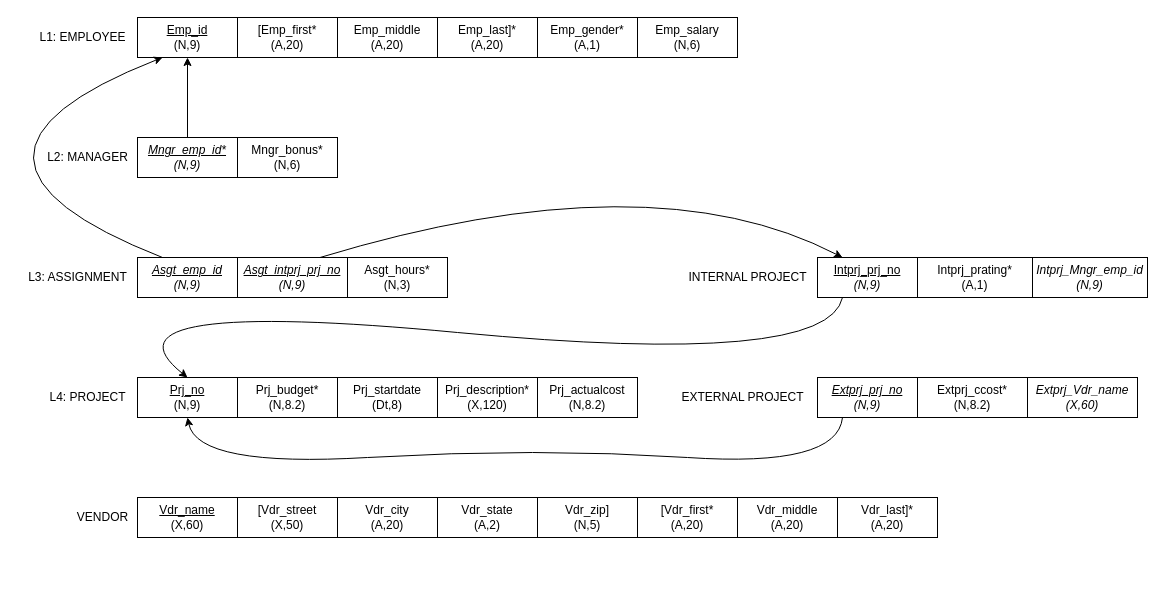
Earlier version of the draw.io diagram da_V3.drawio (LarryChenCode/IS7020_diagrams). Source tidied: cells renumbered, new cells numbered last; positions are measured from the earlier drawing's top-left corner, leaving out a move shared by most shapes. Both pictures are drawn from the tidied source at 100%, with x=0, y=0 at pixel (-93, 17).
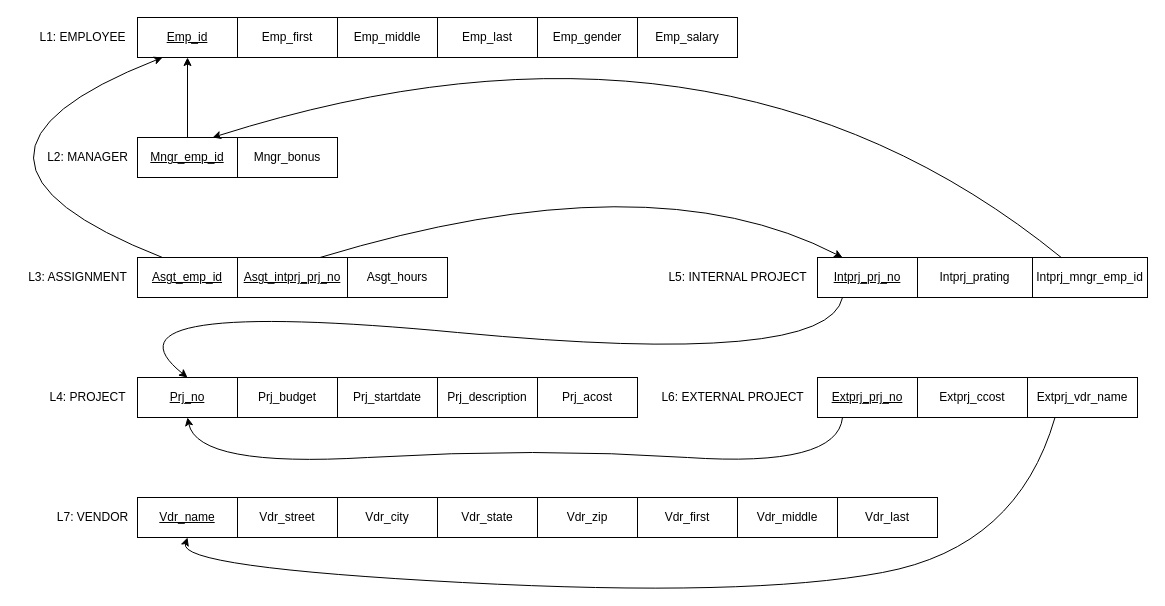
Above is the later version.

The edit, as a diff of the source:
```diff
@@
-    <mxCell id="3" value="&lt;u&gt;Emp_id&lt;/u&gt;&lt;div&gt;(N,9)&lt;/div&gt;" style="whiteSpace=wrap;html=1;align=center;" parent="1" vertex="1">
+    <mxCell id="3" value="&lt;u&gt;Emp_id&lt;/u&gt;" style="whiteSpace=wrap;html=1;align=center;" parent="1" vertex="1">
       <mxGeometry x="230" width="100" height="40" as="geometry" />
     </mxCell>
-    <mxCell id="4" value="[Emp_first*&lt;div&gt;(A,20)&lt;/div&gt;" style="whiteSpace=wrap;html=1;align=center;" parent="1" vertex="1">
+    <mxCell id="4" value="Emp_first" style="whiteSpace=wrap;html=1;align=center;" parent="1" vertex="1">
       <mxGeometry x="330" width="100" height="40" as="geometry" />
     </mxCell>
-    <mxCell id="5" value="Emp_middle&lt;div&gt;(A,20)&lt;/div&gt;" style="whiteSpace=wrap;html=1;align=center;" parent="1" vertex="1">
+    <mxCell id="5" value="Emp_middle" style="whiteSpace=wrap;html=1;align=center;" parent="1" vertex="1">
       <mxGeometry x="430" width="100" height="40" as="geometry" />
     </mxCell>
-    <mxCell id="6" value="Emp_last]*&lt;div&gt;(A,20)&lt;/div&gt;" style="whiteSpace=wrap;html=1;align=center;" parent="1" vertex="1">
+    <mxCell id="6" value="Emp_last" style="whiteSpace=wrap;html=1;align=center;" parent="1" vertex="1">
       <mxGeometry x="530" width="100" height="40" as="geometry" />
     </mxCell>
@@
-    <mxCell id="8" value="&lt;u&gt;&lt;i&gt;Mngr_emp_id*&lt;/i&gt;&lt;/u&gt;&lt;div&gt;&lt;i&gt;(N,9)&lt;/i&gt;&lt;/div&gt;" style="whiteSpace=wrap;html=1;align=center;" parent="1" vertex="1">
+    <mxCell id="8" value="&lt;u&gt;Mngr_emp_id&lt;/u&gt;" style="whiteSpace=wrap;html=1;align=center;" parent="1" vertex="1">
       <mxGeometry x="230" y="120" width="100" height="40" as="geometry" />
     </mxCell>
-    <mxCell id="9" value="Mngr_bonus*&lt;div&gt;(N,6)&lt;/div&gt;" style="whiteSpace=wrap;html=1;align=center;" parent="1" vertex="1">
+    <mxCell id="9" value="Mngr_bonus" style="whiteSpace=wrap;html=1;align=center;" parent="1" vertex="1">
       <mxGeometry x="330" y="120" width="100" height="40" as="geometry" />
     </mxCell>
@@
-    <mxCell id="11" value="Asgt_hours*&lt;div&gt;(N,3)&lt;/div&gt;" style="whiteSpace=wrap;html=1;align=center;" parent="1" vertex="1">
+    <mxCell id="11" value="Asgt_hours" style="whiteSpace=wrap;html=1;align=center;" parent="1" vertex="1">
       <mxGeometry x="440" y="240" width="100" height="40" as="geometry" />
     </mxCell>
-    <mxCell id="12" value="Emp_gender*&lt;div&gt;(A,1)&lt;/div&gt;" style="whiteSpace=wrap;html=1;align=center;" parent="1" vertex="1">
+    <mxCell id="12" value="Emp_gender" style="whiteSpace=wrap;html=1;align=center;" parent="1" vertex="1">
       <mxGeometry x="630" width="100" height="40" as="geometry" />
     </mxCell>
-    <mxCell id="13" value="Emp_salary&lt;div&gt;(N,6)&lt;/div&gt;" style="whiteSpace=wrap;html=1;align=center;" parent="1" vertex="1">
+    <mxCell id="13" value="Emp_salary" style="whiteSpace=wrap;html=1;align=center;" parent="1" vertex="1">
       <mxGeometry x="730" width="100" height="40" as="geometry" />
     </mxCell>
-    <mxCell id="14" value="INTERNAL PROJECT" style="text;html=1;align=center;verticalAlign=middle;strokeColor=none;fillColor=none;" parent="1" vertex="1">
-      <mxGeometry x="770" y="245" width="140" height="30" as="geometry" />
+    <mxCell id="14" value="L5: INTERNAL PROJECT" style="text;html=1;align=center;verticalAlign=middle;strokeColor=none;fillColor=none;" parent="1" vertex="1">
+      <mxGeometry x="750" y="245" width="160" height="30" as="geometry" />
     </mxCell>
-    <mxCell id="15" value="Intprj_prating*&lt;div&gt;(A,1)&lt;/div&gt;" style="whiteSpace=wrap;html=1;align=center;" parent="1" vertex="1">
+    <mxCell id="15" value="Intprj_prating" style="whiteSpace=wrap;html=1;align=center;" parent="1" vertex="1">
       <mxGeometry x="1010" y="240" width="115" height="40" as="geometry" />
     </mxCell>
-    <mxCell id="16" value="EXTERNAL PROJECT" style="text;html=1;align=center;verticalAlign=middle;strokeColor=none;fillColor=none;" parent="1" vertex="1">
-      <mxGeometry x="760" y="365" width="150" height="30" as="geometry" />
+    <mxCell id="16" value="L6: EXTERNAL PROJECT" style="text;html=1;align=center;verticalAlign=middle;strokeColor=none;fillColor=none;" parent="1" vertex="1">
+      <mxGeometry x="740" y="365" width="170" height="30" as="geometry" />
     </mxCell>
-    <mxCell id="17" value="Extprj_ccost*&lt;div&gt;(N,8.2)&lt;/div&gt;" style="whiteSpace=wrap;html=1;align=center;" parent="1" vertex="1">
+    <mxCell id="17" value="Extprj_ccost" style="whiteSpace=wrap;html=1;align=center;" parent="1" vertex="1">
       <mxGeometry x="1010" y="360" width="110" height="40" as="geometry" />
     </mxCell>
@@
-    <mxCell id="19" value="&lt;u&gt;Prj_no&lt;/u&gt;&lt;div&gt;(N,9)&lt;/div&gt;" style="whiteSpace=wrap;html=1;align=center;" parent="1" vertex="1">
+    <mxCell id="19" value="&lt;u&gt;Prj_no&lt;/u&gt;" style="whiteSpace=wrap;html=1;align=center;" parent="1" vertex="1">
       <mxGeometry x="230" y="360" width="100" height="40" as="geometry" />
     </mxCell>
-    <mxCell id="20" value="Prj_budget*&lt;div&gt;(N,8.2)&lt;/div&gt;" style="whiteSpace=wrap;html=1;align=center;" parent="1" vertex="1">
+    <mxCell id="20" value="Prj_budget" style="whiteSpace=wrap;html=1;align=center;" parent="1" vertex="1">
       <mxGeometry x="330" y="360" width="100" height="40" as="geometry" />
     </mxCell>
-    <mxCell id="21" value="Prj_startdate&lt;div&gt;(Dt,8)&lt;/div&gt;" style="whiteSpace=wrap;html=1;align=center;" parent="1" vertex="1">
+    <mxCell id="21" value="Prj_startdate" style="whiteSpace=wrap;html=1;align=center;" parent="1" vertex="1">
       <mxGeometry x="430" y="360" width="100" height="40" as="geometry" />
     </mxCell>
-    <mxCell id="22" value="Prj_description*&lt;div&gt;(X,120)&lt;/div&gt;" style="whiteSpace=wrap;html=1;align=center;" parent="1" vertex="1">
+    <mxCell id="22" value="Prj_description" style="whiteSpace=wrap;html=1;align=center;" parent="1" vertex="1">
       <mxGeometry x="530" y="360" width="100" height="40" as="geometry" />
     </mxCell>
-    <mxCell id="23" value="Prj_actualcost&lt;div&gt;(N,8.2)&lt;/div&gt;" style="whiteSpace=wrap;html=1;align=center;" parent="1" vertex="1">
+    <mxCell id="23" value="Prj_acost" style="whiteSpace=wrap;html=1;align=center;" parent="1" vertex="1">
       <mxGeometry x="630" y="360" width="100" height="40" as="geometry" />
     </mxCell>
-    <mxCell id="24" value="&lt;u&gt;Intprj_prj_no&lt;/u&gt;&lt;div&gt;&lt;i&gt;(N,9)&lt;/i&gt;&lt;u&gt;&lt;br&gt;&lt;/u&gt;&lt;/div&gt;" style="whiteSpace=wrap;html=1;align=center;" parent="1" vertex="1">
+    <mxCell id="24" value="&lt;u&gt;Intprj_prj_no&lt;/u&gt;" style="whiteSpace=wrap;html=1;align=center;" parent="1" vertex="1">
       <mxGeometry x="910" y="240" width="100" height="40" as="geometry" />
     </mxCell>
-    <mxCell id="25" value="&lt;u&gt;&lt;i&gt;Extprj_prj_no&lt;/i&gt;&lt;/u&gt;&lt;div&gt;&lt;i style=&quot;&quot;&gt;(N,9)&lt;/i&gt;&lt;/div&gt;" style="whiteSpace=wrap;html=1;align=center;" parent="1" vertex="1">
+    <mxCell id="25" value="&lt;u style=&quot;&quot;&gt;Extprj_prj_no&lt;/u&gt;" style="whiteSpace=wrap;html=1;align=center;" parent="1" vertex="1">
       <mxGeometry x="910" y="360" width="100" height="40" as="geometry" />
     </mxCell>
-    <mxCell id="26" value="&lt;u&gt;&lt;i&gt;Asgt_intprj_prj_no&lt;/i&gt;&lt;/u&gt;&lt;div&gt;&lt;i style=&quot;&quot;&gt;(N,9)&lt;/i&gt;&lt;/div&gt;" style="whiteSpace=wrap;html=1;align=center;" parent="1" vertex="1">
+    <mxCell id="26" value="&lt;u&gt;Asgt_intprj_prj_no&lt;/u&gt;" style="whiteSpace=wrap;html=1;align=center;" parent="1" vertex="1">
       <mxGeometry x="330" y="240" width="110" height="40" as="geometry" />
     </mxCell>
-    <mxCell id="27" value="&lt;u&gt;&lt;i&gt;Asgt_emp_id&lt;/i&gt;&lt;/u&gt;&lt;div&gt;&lt;i&gt;(N,9)&lt;/i&gt;&lt;/div&gt;" style="whiteSpace=wrap;html=1;align=center;" parent="1" vertex="1">
+    <mxCell id="27" value="&lt;u style=&quot;&quot;&gt;Asgt_emp_id&lt;/u&gt;" style="whiteSpace=wrap;html=1;align=center;" parent="1" vertex="1">
       <mxGeometry x="230" y="240" width="100" height="40" as="geometry" />
     </mxCell>
@@
-    <mxCell id="29" value="VENDOR" style="text;html=1;align=center;verticalAlign=middle;strokeColor=none;fillColor=none;" parent="1" vertex="1">
-      <mxGeometry x="160" y="485" width="70" height="30" as="geometry" />
+    <mxCell id="29" value="L7: VENDOR" style="text;html=1;align=center;verticalAlign=middle;strokeColor=none;fillColor=none;" parent="1" vertex="1">
+      <mxGeometry x="140" y="485" width="90" height="30" as="geometry" />
     </mxCell>
-    <mxCell id="30" value="&lt;u&gt;Vdr_name&lt;/u&gt;&lt;div&gt;(X,60)&lt;/div&gt;" style="whiteSpace=wrap;html=1;align=center;" parent="1" vertex="1">
+    <mxCell id="30" value="&lt;u&gt;Vdr_name&lt;/u&gt;" style="whiteSpace=wrap;html=1;align=center;" parent="1" vertex="1">
       <mxGeometry x="230" y="480" width="100" height="40" as="geometry" />
     </mxCell>
-    <mxCell id="31" value="[Vdr_street&lt;div&gt;(X,50)&lt;/div&gt;" style="whiteSpace=wrap;html=1;align=center;" parent="1" vertex="1">
+    <mxCell id="31" value="Vdr_street" style="whiteSpace=wrap;html=1;align=center;" parent="1" vertex="1">
       <mxGeometry x="330" y="480" width="100" height="40" as="geometry" />
     </mxCell>
-    <mxCell id="32" value="Vdr_city&lt;div&gt;(A,20)&lt;/div&gt;" style="whiteSpace=wrap;html=1;align=center;" parent="1" vertex="1">
+    <mxCell id="32" value="Vdr_city" style="whiteSpace=wrap;html=1;align=center;" parent="1" vertex="1">
       <mxGeometry x="430" y="480" width="100" height="40" as="geometry" />
     </mxCell>
-    <mxCell id="33" value="Vdr_state&lt;div&gt;(A,2)&lt;/div&gt;" style="whiteSpace=wrap;html=1;align=center;" parent="1" vertex="1">
+    <mxCell id="33" value="Vdr_state" style="whiteSpace=wrap;html=1;align=center;" parent="1" vertex="1">
       <mxGeometry x="530" y="480" width="100" height="40" as="geometry" />
     </mxCell>
-    <mxCell id="34" value="Vdr_zip]&lt;div&gt;(N,5)&lt;/div&gt;" style="whiteSpace=wrap;html=1;align=center;" parent="1" vertex="1">
+    <mxCell id="34" value="Vdr_zip" style="whiteSpace=wrap;html=1;align=center;" parent="1" vertex="1">
       <mxGeometry x="630" y="480" width="100" height="40" as="geometry" />
     </mxCell>
-    <mxCell id="35" value="[Vdr_first*&lt;div&gt;(A,20)&lt;br&gt;&lt;/div&gt;" style="whiteSpace=wrap;html=1;align=center;" parent="1" vertex="1">
+    <mxCell id="35" value="Vdr_first" style="whiteSpace=wrap;html=1;align=center;" parent="1" vertex="1">
       <mxGeometry x="730" y="480" width="100" height="40" as="geometry" />
     </mxCell>
-    <mxCell id="36" value="Vdr_middle&lt;div&gt;(A,20)&lt;br&gt;&lt;/div&gt;" style="whiteSpace=wrap;html=1;align=center;" parent="1" vertex="1">
+    <mxCell id="36" value="Vdr_middle" style="whiteSpace=wrap;html=1;align=center;" parent="1" vertex="1">
       <mxGeometry x="830" y="480" width="100" height="40" as="geometry" />
     </mxCell>
-    <mxCell id="37" value="Vdr_last]*&lt;div&gt;(A,20)&lt;/div&gt;" style="whiteSpace=wrap;html=1;align=center;" parent="1" vertex="1">
+    <mxCell id="37" value="Vdr_last" style="whiteSpace=wrap;html=1;align=center;" parent="1" vertex="1">
       <mxGeometry x="930" y="480" width="100" height="40" as="geometry" />
     </mxCell>
@@
-    <mxCell id="42" value="&lt;i&gt;Intprj_Mngr_emp_id&lt;/i&gt;&lt;div&gt;&lt;i&gt;(N,9)&lt;/i&gt;&lt;/div&gt;" style="whiteSpace=wrap;html=1;align=center;" parent="1" vertex="1">
+    <mxCell id="42" value="Intprj_mngr_emp_id" style="whiteSpace=wrap;html=1;align=center;" parent="1" vertex="1">
       <mxGeometry x="1125" y="240" width="115" height="40" as="geometry" />
     </mxCell>
-    <mxCell id="43" value="&lt;i&gt;Extprj_Vdr_name&lt;/i&gt;&lt;div&gt;&lt;i&gt;(X,60)&lt;/i&gt;&lt;/div&gt;" style="whiteSpace=wrap;html=1;align=center;" parent="1" vertex="1">
+    <mxCell id="43" value="Extprj_vdr_name" style="whiteSpace=wrap;html=1;align=center;" parent="1" vertex="1">
       <mxGeometry x="1120" y="360" width="110" height="40" as="geometry" />
     </mxCell>
+    <mxCell id="44" style="curved=1;endArrow=classic;html=1;rounded=0;exitX=0.25;exitY=0;exitDx=0;exitDy=0;entryX=0.75;entryY=0;entryDx=0;entryDy=0;" parent="1" edge="1" source="42" target="8">
+      <mxGeometry relative="1" as="geometry">
+        <Array as="points">
+          <mxPoint x="810" y="-40" />
+        </Array>
+      </mxGeometry>
+    </mxCell>
+    <mxCell id="45" style="curved=1;endArrow=classic;html=1;rounded=0;entryX=0.5;entryY=1;entryDx=0;entryDy=0;exitX=0.25;exitY=1;exitDx=0;exitDy=0;" parent="1" edge="1" source="43" target="30">
+      <mxGeometry relative="1" as="geometry">
+        <Array as="points">
+          <mxPoint x="1110" y="530" />
+          <mxPoint x="840" y="580" />
+          <mxPoint x="270" y="550" />
+        </Array>
+      </mxGeometry>
+    </mxCell>
```
